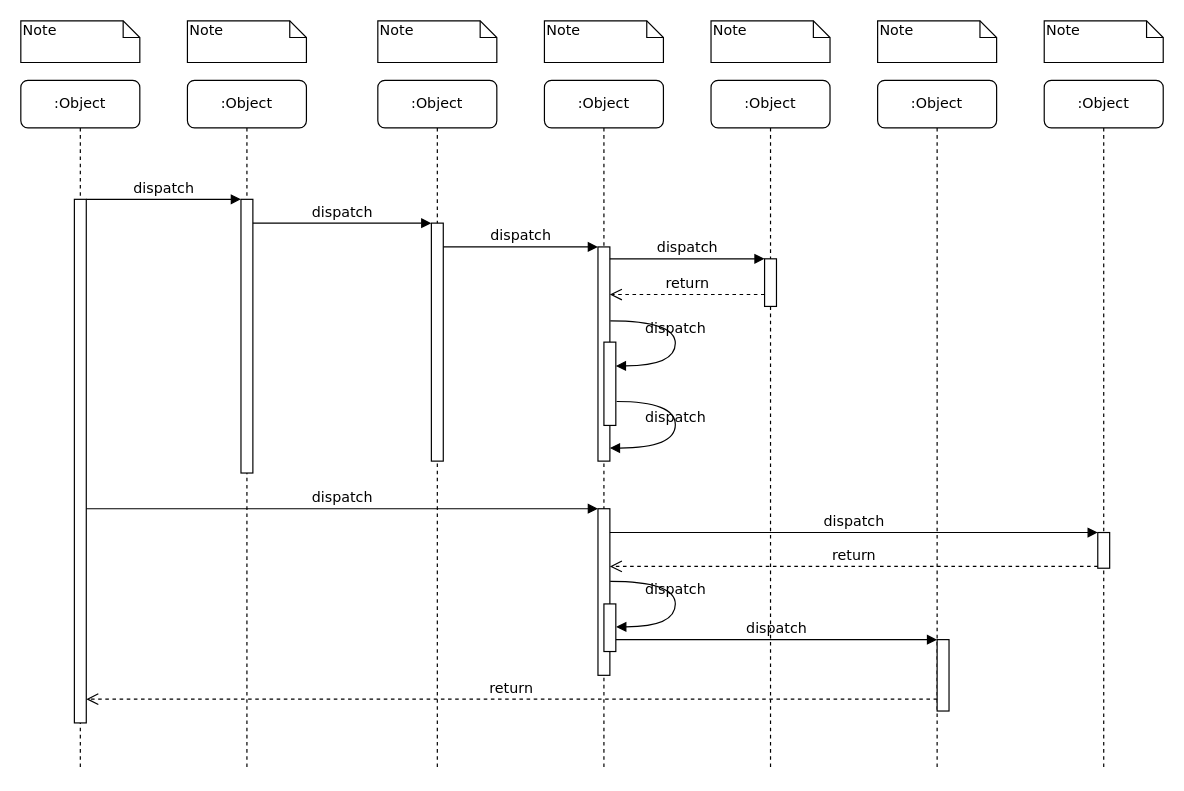
This is page "Expansion" (1 of 3) of diagrammedesequence.drawio from haikll/pocket_imperium_java, a draw.io file, before an edit. Source tidied: cells renumbered, new cells numbered last; positions are measured from the earlier drawing's top-left corner, leaving out a move shared by most shapes. Both pictures are drawn from the tidied source at 119%, with x=0, y=0 at pixel (20, 20).
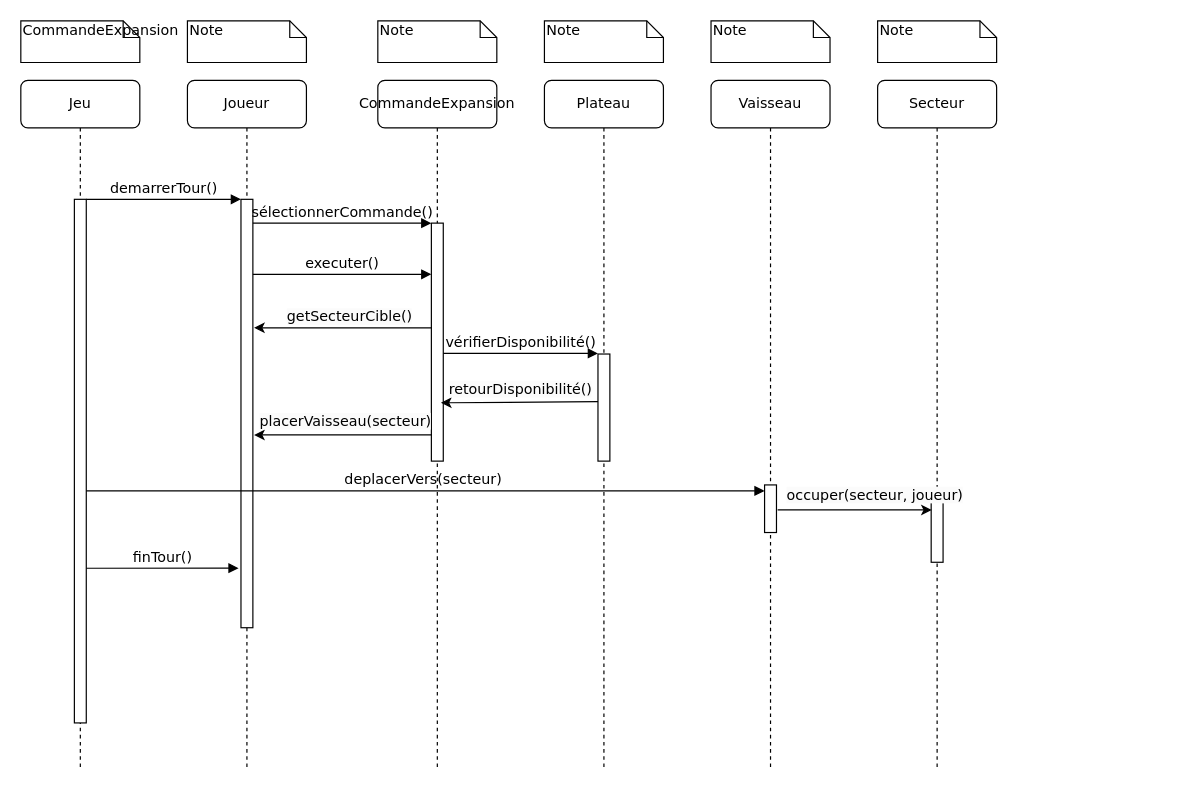
Above is the later version.

The change refers to these unchanged cells:
```xml
<mxCell id="5" style="html=1;points=[];perimeter=orthogonalPerimeter;rounded=0;shadow=0;comic=0;labelBackgroundColor=none;strokeWidth=1;fontFamily=Verdana;fontSize=12;align=center;" parent="4" vertex="1">
  <mxGeometry x="45" y="120" width="10" height="200" as="geometry" />
</mxCell>
<mxCell id="11" style="html=1;points=[];perimeter=orthogonalPerimeter;rounded=0;shadow=0;comic=0;labelBackgroundColor=none;strokeWidth=1;fontFamily=Verdana;fontSize=12;align=center;" parent="10" vertex="1">
  <mxGeometry x="45" y="100" width="10" height="440" as="geometry" />
</mxCell>
```

Change to the diagram source:
```diff
@@
-    <mxCell id="2" value=":Object" style="shape=umlLifeline;perimeter=lifelinePerimeter;whiteSpace=wrap;html=1;rounded=1;shadow=0;comic=0;labelBackgroundColor=none;strokeWidth=1;fontFamily=Verdana;fontSize=12;align=center;" parent="1" vertex="1">
+    <mxCell id="2" value="Joueur" style="shape=umlLifeline;perimeter=lifelinePerimeter;whiteSpace=wrap;html=1;rounded=1;shadow=0;comic=0;labelBackgroundColor=none;strokeWidth=1;fontFamily=Verdana;fontSize=12;align=center;" parent="1" vertex="1">
       <mxGeometry x="140" y="50" width="100" height="580" as="geometry" />
     </mxCell>
     <mxCell id="3" style="html=1;points=[];perimeter=orthogonalPerimeter;rounded=0;shadow=0;comic=0;labelBackgroundColor=none;strokeWidth=1;fontFamily=Verdana;fontSize=12;align=center;" parent="2" vertex="1">
-      <mxGeometry x="45" y="100" width="10" height="230" as="geometry" />
+      <mxGeometry x="45" y="100" width="10" height="360" as="geometry" />
     </mxCell>
-    <mxCell id="4" value=":Object" style="shape=umlLifeline;perimeter=lifelinePerimeter;whiteSpace=wrap;html=1;rounded=1;shadow=0;comic=0;labelBackgroundColor=none;strokeWidth=1;fontFamily=Verdana;fontSize=12;align=center;" parent="1" vertex="1">
+    <mxCell id="4" value="CommandeExpansion" style="shape=umlLifeline;perimeter=lifelinePerimeter;whiteSpace=wrap;html=1;rounded=1;shadow=0;comic=0;labelBackgroundColor=none;strokeWidth=1;fontFamily=Verdana;fontSize=12;align=center;" parent="1" vertex="1">
       <mxGeometry x="300" y="50" width="100" height="580" as="geometry" />
     </mxCell>
@@
+    <mxCell id="39" style="endArrow=classic;html=1;rounded=0;entryX=0.8;entryY=0.755;entryDx=0;entryDy=0;entryPerimeter=0;" parent="4" edge="1" target="5">
+      <mxGeometry relative="1" as="geometry">
+        <mxPoint x="185" y="270" as="sourcePoint" />
+      </mxGeometry>
+    </mxCell>
-    <mxCell id="6" value=":Object" style="shape=umlLifeline;perimeter=lifelinePerimeter;whiteSpace=wrap;html=1;rounded=1;shadow=0;comic=0;labelBackgroundColor=none;strokeWidth=1;fontFamily=Verdana;fontSize=12;align=center;" parent="1" vertex="1">
+    <mxCell id="6" value="Plateau" style="shape=umlLifeline;perimeter=lifelinePerimeter;whiteSpace=wrap;html=1;rounded=1;shadow=0;comic=0;labelBackgroundColor=none;strokeWidth=1;fontFamily=Verdana;fontSize=12;align=center;" parent="1" vertex="1">
       <mxGeometry x="440" y="50" width="100" height="580" as="geometry" />
     </mxCell>
+    <mxCell id="13" value="vérifierDisponibilité()" style="html=1;verticalAlign=bottom;endArrow=block;labelBackgroundColor=none;fontFamily=Verdana;fontSize=12;edgeStyle=elbowEdgeStyle;elbow=vertical;" parent="6" edge="1">
+      <mxGeometry relative="1" as="geometry">
+        <mxPoint x="-85" y="229.5" as="sourcePoint" />
+        <mxPoint x="45" y="229.5" as="targetPoint" />
+        <Array as="points">
+          <mxPoint x="-80" y="229.5" />
+        </Array>
+      </mxGeometry>
+    </mxCell>
-    <mxCell id="7" value=":Object" style="shape=umlLifeline;perimeter=lifelinePerimeter;whiteSpace=wrap;html=1;rounded=1;shadow=0;comic=0;labelBackgroundColor=none;strokeWidth=1;fontFamily=Verdana;fontSize=12;align=center;" parent="1" vertex="1">
+    <mxCell id="7" value="Vaisseau" style="shape=umlLifeline;perimeter=lifelinePerimeter;whiteSpace=wrap;html=1;rounded=1;shadow=0;comic=0;labelBackgroundColor=none;strokeWidth=1;fontFamily=Verdana;fontSize=12;align=center;" parent="1" vertex="1">
       <mxGeometry x="580" y="50" width="100" height="580" as="geometry" />
     </mxCell>
+    <mxCell id="15" value="deplacerVers(secteur)" style="html=1;verticalAlign=bottom;endArrow=block;entryX=0;entryY=0;labelBackgroundColor=none;fontFamily=Verdana;fontSize=12;edgeStyle=elbowEdgeStyle;elbow=vertical;" parent="7" edge="1" source="10">
+      <mxGeometry relative="1" as="geometry">
+        <mxPoint x="45" y="345" as="targetPoint" />
+      </mxGeometry>
+    </mxCell>
-    <mxCell id="8" value=":Object" style="shape=umlLifeline;perimeter=lifelinePerimeter;whiteSpace=wrap;html=1;rounded=1;shadow=0;comic=0;labelBackgroundColor=none;strokeWidth=1;fontFamily=Verdana;fontSize=12;align=center;" parent="1" vertex="1">
+    <mxCell id="8" value="Secteur" style="shape=umlLifeline;perimeter=lifelinePerimeter;whiteSpace=wrap;html=1;rounded=1;shadow=0;comic=0;labelBackgroundColor=none;strokeWidth=1;fontFamily=Verdana;fontSize=12;align=center;" parent="1" vertex="1">
       <mxGeometry x="720" y="50" width="100" height="580" as="geometry" />
     </mxCell>
-    <mxCell id="9" value=":Object" style="shape=umlLifeline;perimeter=lifelinePerimeter;whiteSpace=wrap;html=1;rounded=1;shadow=0;comic=0;labelBackgroundColor=none;strokeWidth=1;fontFamily=Verdana;fontSize=12;align=center;" parent="1" vertex="1">
-      <mxGeometry x="860" y="50" width="100" height="580" as="geometry" />
-    </mxCell>
+    <mxCell id="22" style="html=1;points=[];perimeter=orthogonalPerimeter;rounded=0;shadow=0;comic=0;labelBackgroundColor=none;strokeWidth=1;fontFamily=Verdana;fontSize=12;align=center;" parent="8" vertex="1">
+      <mxGeometry x="45" y="345" width="10" height="60" as="geometry" />
+    </mxCell>
-    <mxCell id="10" value=":Object" style="shape=umlLifeline;perimeter=lifelinePerimeter;whiteSpace=wrap;html=1;outlineConnect=0;rounded=1;shadow=0;comic=0;labelBackgroundColor=none;strokeWidth=1;fontFamily=Verdana;fontSize=12;align=center;" parent="1" vertex="1">
+    <mxCell id="10" value="Jeu" style="shape=umlLifeline;perimeter=lifelinePerimeter;whiteSpace=wrap;html=1;outlineConnect=0;rounded=1;shadow=0;comic=0;labelBackgroundColor=none;strokeWidth=1;fontFamily=Verdana;fontSize=12;align=center;" parent="1" vertex="1">
       <mxGeometry y="50" width="100" height="580" as="geometry" />
     </mxCell>
@@
     <mxCell id="12" style="html=1;points=[];perimeter=orthogonalPerimeter;rounded=0;shadow=0;comic=0;labelBackgroundColor=none;strokeWidth=1;fontFamily=Verdana;fontSize=12;align=center;" parent="1" vertex="1">
-      <mxGeometry x="485" y="190" width="10" height="180" as="geometry" />
+      <mxGeometry x="485" y="280" width="10" height="90" as="geometry" />
     </mxCell>
-    <mxCell id="13" value="dispatch" style="html=1;verticalAlign=bottom;endArrow=block;labelBackgroundColor=none;fontFamily=Verdana;fontSize=12;edgeStyle=elbowEdgeStyle;elbow=vertical;" parent="1" edge="1" source="5" target="12">
-      <mxGeometry relative="1" as="geometry">
-        <Array as="points">
-          <mxPoint x="360" y="190" />
-        </Array>
-      </mxGeometry>
-    </mxCell>
     <mxCell id="14" style="html=1;points=[];perimeter=orthogonalPerimeter;rounded=0;shadow=0;comic=0;labelBackgroundColor=none;strokeWidth=1;fontFamily=Verdana;fontSize=12;align=center;" parent="1" vertex="1">
-      <mxGeometry x="625" y="200" width="10" height="40" as="geometry" />
+      <mxGeometry x="625" y="390" width="10" height="40" as="geometry" />
     </mxCell>
-    <mxCell id="15" value="dispatch" style="html=1;verticalAlign=bottom;endArrow=block;entryX=0;entryY=0;labelBackgroundColor=none;fontFamily=Verdana;fontSize=12;edgeStyle=elbowEdgeStyle;elbow=vertical;" parent="1" edge="1" source="12" target="14">
-      <mxGeometry relative="1" as="geometry" />
-    </mxCell>
-    <mxCell id="16" value="return" style="html=1;verticalAlign=bottom;endArrow=open;dashed=1;endSize=8;labelBackgroundColor=none;fontFamily=Verdana;fontSize=12;edgeStyle=elbowEdgeStyle;elbow=vertical;" parent="1" edge="1" source="14" target="12">
-      <mxGeometry relative="1" as="geometry">
-        <Array as="points">
-          <mxPoint x="570" y="230" />
-          <mxPoint x="600" y="230" />
-        </Array>
-      </mxGeometry>
-    </mxCell>
-    <mxCell id="17" style="html=1;points=[];perimeter=orthogonalPerimeter;rounded=0;shadow=0;comic=0;labelBackgroundColor=none;strokeWidth=1;fontFamily=Verdana;fontSize=12;align=center;" parent="1" vertex="1">
-      <mxGeometry x="485" y="410" width="10" height="140" as="geometry" />
-    </mxCell>
-    <mxCell id="18" value="dispatch" style="html=1;verticalAlign=bottom;endArrow=block;entryX=0;entryY=0;labelBackgroundColor=none;fontFamily=Verdana;fontSize=12;" parent="1" edge="1" source="11" target="17">
-      <mxGeometry relative="1" as="geometry" />
+    <mxCell id="18" value="finTour()" style="html=1;verticalAlign=bottom;endArrow=block;labelBackgroundColor=none;fontFamily=Verdana;fontSize=12;entryX=-0.2;entryY=0.861;entryDx=0;entryDy=0;entryPerimeter=0;" parent="1" edge="1" target="3">
+      <mxGeometry relative="1" as="geometry">
+        <mxPoint x="55" y="460" as="sourcePoint" />
+      </mxGeometry>
     </mxCell>
-    <mxCell id="19" style="html=1;points=[];perimeter=orthogonalPerimeter;rounded=0;shadow=0;comic=0;labelBackgroundColor=none;strokeColor=#000000;strokeWidth=1;fillColor=#FFFFFF;fontFamily=Verdana;fontSize=12;fontColor=#000000;align=center;" parent="1" vertex="1">
-      <mxGeometry x="905" y="430" width="10" height="30" as="geometry" />
-    </mxCell>
-    <mxCell id="20" value="dispatch" style="html=1;verticalAlign=bottom;endArrow=block;entryX=0;entryY=0;labelBackgroundColor=none;fontFamily=Verdana;fontSize=12;" parent="1" edge="1" source="17" target="19">
-      <mxGeometry relative="1" as="geometry" />
-    </mxCell>
-    <mxCell id="21" value="return" style="html=1;verticalAlign=bottom;endArrow=open;dashed=1;endSize=8;exitX=0;exitY=0.95;labelBackgroundColor=none;fontFamily=Verdana;fontSize=12;" parent="1" edge="1" source="19" target="17">
-      <mxGeometry relative="1" as="geometry" />
-    </mxCell>
-    <mxCell id="22" style="html=1;points=[];perimeter=orthogonalPerimeter;rounded=0;shadow=0;comic=0;labelBackgroundColor=none;strokeWidth=1;fontFamily=Verdana;fontSize=12;align=center;" parent="1" vertex="1">
-      <mxGeometry x="770" y="520" width="10" height="60" as="geometry" />
-    </mxCell>
-    <mxCell id="23" value="dispatch" style="html=1;verticalAlign=bottom;endArrow=block;entryX=0;entryY=0;labelBackgroundColor=none;fontFamily=Verdana;fontSize=12;edgeStyle=elbowEdgeStyle;elbow=vertical;" parent="1" edge="1" source="30" target="22">
-      <mxGeometry relative="1" as="geometry" />
-    </mxCell>
-    <mxCell id="24" value="return" style="html=1;verticalAlign=bottom;endArrow=open;dashed=1;endSize=8;labelBackgroundColor=none;fontFamily=Verdana;fontSize=12;edgeStyle=elbowEdgeStyle;elbow=vertical;" parent="1" edge="1" source="22" target="11">
-      <mxGeometry relative="1" as="geometry">
-        <Array as="points">
-          <mxPoint x="470" y="570" />
-        </Array>
-      </mxGeometry>
-    </mxCell>
-    <mxCell id="25" value="dispatch" style="html=1;verticalAlign=bottom;endArrow=block;entryX=0;entryY=0;labelBackgroundColor=none;fontFamily=Verdana;fontSize=12;edgeStyle=elbowEdgeStyle;elbow=vertical;" parent="1" edge="1" source="11" target="3">
+    <mxCell id="25" value="demarrerTour()" style="html=1;verticalAlign=bottom;endArrow=block;entryX=0;entryY=0;labelBackgroundColor=none;fontFamily=Verdana;fontSize=12;edgeStyle=elbowEdgeStyle;elbow=vertical;" parent="1" edge="1" source="11" target="3">
       <mxGeometry relative="1" as="geometry" />
     </mxCell>
-    <mxCell id="26" value="dispatch" style="html=1;verticalAlign=bottom;endArrow=block;entryX=0;entryY=0;labelBackgroundColor=none;fontFamily=Verdana;fontSize=12;edgeStyle=elbowEdgeStyle;elbow=vertical;" parent="1" edge="1" source="3" target="5">
+    <mxCell id="26" value="sélectionnerCommande()" style="html=1;verticalAlign=bottom;endArrow=block;entryX=0;entryY=0;labelBackgroundColor=none;fontFamily=Verdana;fontSize=12;edgeStyle=elbowEdgeStyle;elbow=vertical;" parent="1" edge="1" source="3" target="5">
       <mxGeometry relative="1" as="geometry" />
     </mxCell>
-    <mxCell id="27" style="html=1;points=[];perimeter=orthogonalPerimeter;rounded=0;shadow=0;comic=0;labelBackgroundColor=none;strokeWidth=1;fontFamily=Verdana;fontSize=12;align=center;" parent="1" vertex="1">
-      <mxGeometry x="490" y="270" width="10" height="70" as="geometry" />
-    </mxCell>
-    <mxCell id="28" value="dispatch" style="html=1;verticalAlign=bottom;endArrow=block;labelBackgroundColor=none;fontFamily=Verdana;fontSize=12;elbow=vertical;edgeStyle=orthogonalEdgeStyle;curved=1;entryX=1;entryY=0.286;entryPerimeter=0;exitX=1.038;exitY=0.345;exitPerimeter=0;" parent="1" edge="1" source="12" target="27">
-      <mxGeometry relative="1" as="geometry">
-        <Array as="points">
-          <mxPoint x="550" y="252" />
-          <mxPoint x="550" y="290" />
-        </Array>
-      </mxGeometry>
-    </mxCell>
-    <mxCell id="29" value="dispatch" style="html=1;verticalAlign=bottom;endArrow=block;labelBackgroundColor=none;fontFamily=Verdana;fontSize=12;elbow=vertical;edgeStyle=orthogonalEdgeStyle;curved=1;exitX=1.066;exitY=0.713;exitPerimeter=0;" parent="1" edge="1" source="27">
-      <mxGeometry relative="1" as="geometry">
-        <mxPoint x="495" y="359" as="targetPoint" />
-        <Array as="points">
-          <mxPoint x="550" y="320" />
-          <mxPoint x="550" y="359" />
-        </Array>
-      </mxGeometry>
-    </mxCell>
-    <mxCell id="30" style="html=1;points=[];perimeter=orthogonalPerimeter;rounded=0;shadow=0;comic=0;labelBackgroundColor=none;strokeWidth=1;fontFamily=Verdana;fontSize=12;align=center;" parent="1" vertex="1">
-      <mxGeometry x="490" y="490" width="10" height="40" as="geometry" />
-    </mxCell>
-    <mxCell id="31" value="dispatch" style="html=1;verticalAlign=bottom;endArrow=block;labelBackgroundColor=none;fontFamily=Verdana;fontSize=12;elbow=vertical;edgeStyle=orthogonalEdgeStyle;curved=1;entryX=1;entryY=0.286;entryPerimeter=0;exitX=1.038;exitY=0.345;exitPerimeter=0;" parent="1" edge="1">
-      <mxGeometry relative="1" as="geometry">
-        <mxPoint x="495.3" y="471" as="sourcePoint" />
-        <mxPoint x="500.3" y="509.3" as="targetPoint" />
-        <Array as="points">
-          <mxPoint x="550" y="471" />
-          <mxPoint x="550" y="509" />
-        </Array>
-      </mxGeometry>
-    </mxCell>
-    <mxCell id="32" value="Note" style="shape=note;whiteSpace=wrap;html=1;size=14;verticalAlign=top;align=left;spacingTop=-6;rounded=0;shadow=0;comic=0;labelBackgroundColor=none;strokeWidth=1;fontFamily=Verdana;fontSize=12;" parent="1" vertex="1">
+    <mxCell id="32" value="CommandeExpansion" style="shape=note;whiteSpace=wrap;html=1;size=14;verticalAlign=top;align=left;spacingTop=-6;rounded=0;shadow=0;comic=0;labelBackgroundColor=none;strokeWidth=1;fontFamily=Verdana;fontSize=12;" parent="1" vertex="1">
       <mxGeometry width="100" height="35" as="geometry" />
     </mxCell>
@@
-    <mxCell id="38" value="Note" style="shape=note;whiteSpace=wrap;html=1;size=14;verticalAlign=top;align=left;spacingTop=-6;rounded=0;shadow=0;comic=0;labelBackgroundColor=none;strokeWidth=1;fontFamily=Verdana;fontSize=12;" parent="1" vertex="1">
-      <mxGeometry x="860" width="100" height="35" as="geometry" />
-    </mxCell>
+    <mxCell id="40" value="executer()" style="html=1;verticalAlign=bottom;endArrow=block;entryX=0;entryY=0;labelBackgroundColor=none;fontFamily=Verdana;fontSize=12;edgeStyle=elbowEdgeStyle;elbow=vertical;" parent="1" edge="1">
+      <mxGeometry relative="1" as="geometry">
+        <mxPoint x="195" y="213" as="sourcePoint" />
+        <mxPoint x="345" y="213" as="targetPoint" />
+      </mxGeometry>
+    </mxCell>
+    <mxCell id="41" style="endArrow=classic;html=1;rounded=0;" parent="1" edge="1">
+      <mxGeometry relative="1" as="geometry">
+        <mxPoint x="345.5" y="258" as="sourcePoint" />
+        <mxPoint x="196" y="258" as="targetPoint" />
+      </mxGeometry>
+    </mxCell>
+    <mxCell id="42" value="&lt;span style=&quot;color: rgb(0, 0, 0); font-family: Verdana; font-size: 12px; font-style: normal; font-variant-ligatures: normal; font-variant-caps: normal; font-weight: 400; letter-spacing: normal; orphans: 2; text-align: center; text-indent: 0px; text-transform: none; widows: 2; word-spacing: 0px; -webkit-text-stroke-width: 0px; white-space: nowrap; background-color: rgb(251, 251, 251); text-decoration-thickness: initial; text-decoration-style: initial; text-decoration-color: initial; display: inline !important; float: none;&quot;&gt;getSecteurCible()&lt;/span&gt;" style="text;whiteSpace=wrap;html=1;" parent="1" vertex="1">
+      <mxGeometry x="222" y="235" width="100" height="40" as="geometry" />
+    </mxCell>
+    <mxCell id="43" value="&lt;span style=&quot;color: rgb(0, 0, 0); font-family: Verdana; font-size: 12px; font-style: normal; font-variant-ligatures: normal; font-variant-caps: normal; font-weight: 400; letter-spacing: normal; orphans: 2; text-align: center; text-indent: 0px; text-transform: none; widows: 2; word-spacing: 0px; -webkit-text-stroke-width: 0px; white-space: nowrap; background-color: rgb(251, 251, 251); text-decoration-thickness: initial; text-decoration-style: initial; text-decoration-color: initial; display: inline !important; float: none;&quot;&gt;retourDisponibilité()&lt;/span&gt;" style="text;whiteSpace=wrap;html=1;" parent="1" vertex="1">
+      <mxGeometry x="358" y="296" width="160" height="40" as="geometry" />
+    </mxCell>
+    <mxCell id="44" style="endArrow=classic;html=1;rounded=0;" parent="1" edge="1">
+      <mxGeometry relative="1" as="geometry">
+        <mxPoint x="345.5" y="348" as="sourcePoint" />
+        <mxPoint x="196" y="348" as="targetPoint" />
+      </mxGeometry>
+    </mxCell>
+    <mxCell id="45" value="&lt;span style=&quot;color: rgb(0, 0, 0); font-family: Verdana; font-size: 12px; font-style: normal; font-variant-ligatures: normal; font-variant-caps: normal; font-weight: 400; letter-spacing: normal; orphans: 2; text-align: center; text-indent: 0px; text-transform: none; widows: 2; word-spacing: 0px; -webkit-text-stroke-width: 0px; white-space: nowrap; background-color: rgb(251, 251, 251); text-decoration-thickness: initial; text-decoration-style: initial; text-decoration-color: initial; display: inline !important; float: none;&quot;&gt;placerVaisseau(secteur)&lt;/span&gt;" style="text;whiteSpace=wrap;html=1;" parent="1" vertex="1">
+      <mxGeometry x="199" y="323" width="160" height="40" as="geometry" />
+    </mxCell>
+    <mxCell id="46" style="endArrow=classic;html=1;rounded=0;" parent="1" edge="1">
+      <mxGeometry relative="1" as="geometry">
+        <mxPoint x="636" y="411" as="sourcePoint" />
+        <mxPoint x="765.5" y="411" as="targetPoint" />
+      </mxGeometry>
+    </mxCell>
+    <mxCell id="47" value="&lt;span style=&quot;color: rgb(0, 0, 0); font-family: Verdana; font-size: 12px; font-style: normal; font-variant-ligatures: normal; font-variant-caps: normal; font-weight: 400; letter-spacing: normal; orphans: 2; text-align: center; text-indent: 0px; text-transform: none; widows: 2; word-spacing: 0px; -webkit-text-stroke-width: 0px; white-space: nowrap; background-color: rgb(251, 251, 251); text-decoration-thickness: initial; text-decoration-style: initial; text-decoration-color: initial; display: inline !important; float: none;&quot;&gt;occuper(secteur, joueur)&lt;/span&gt;" style="text;whiteSpace=wrap;html=1;" parent="1" vertex="1">
+      <mxGeometry x="642" y="385" width="170" height="40" as="geometry" />
+    </mxCell>
```
